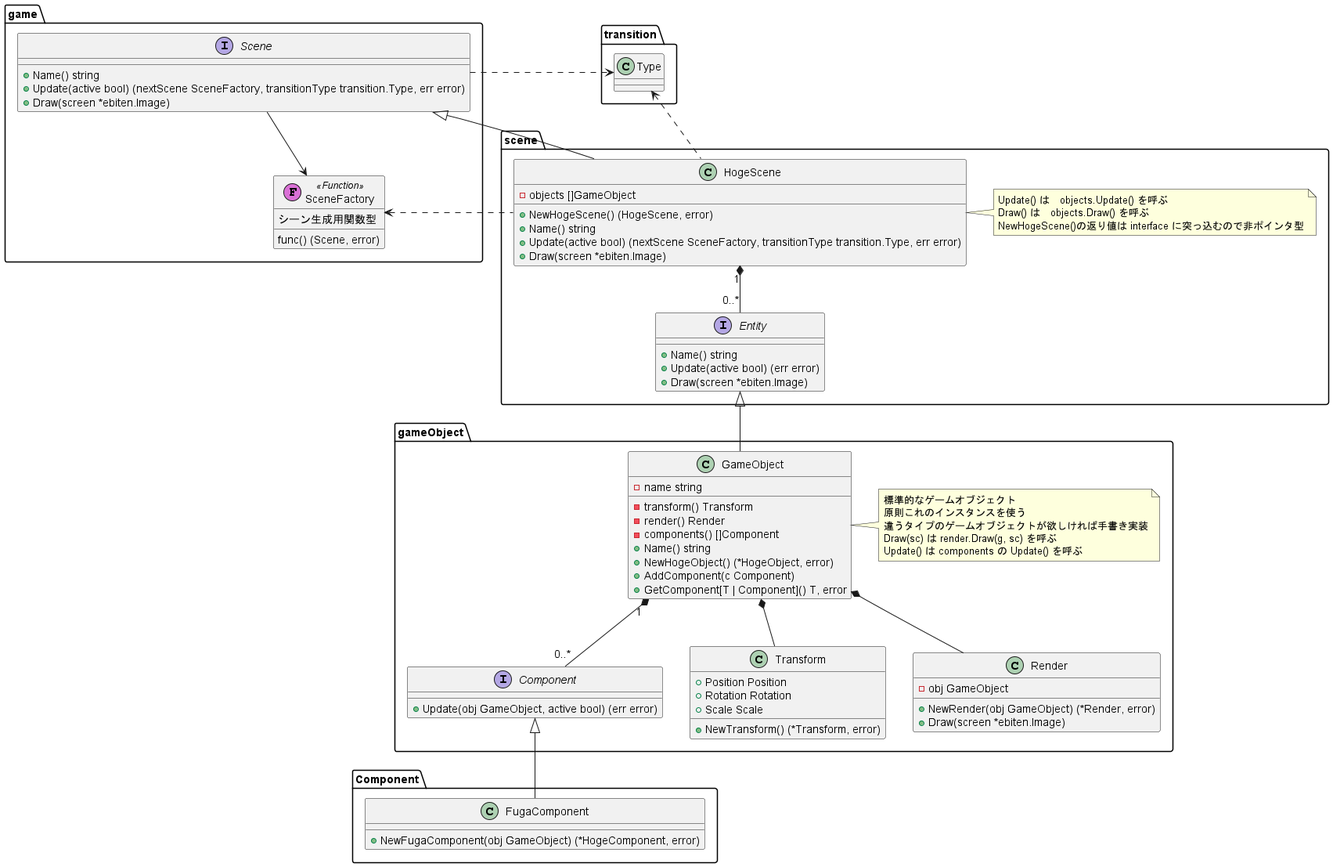
kmc-jp/Gamedev_Tempura-of-p--Phenylazo-phenol keeps this PlantUML diagram as Docs/Scene_class_diagram.png. Above is the earlier version.
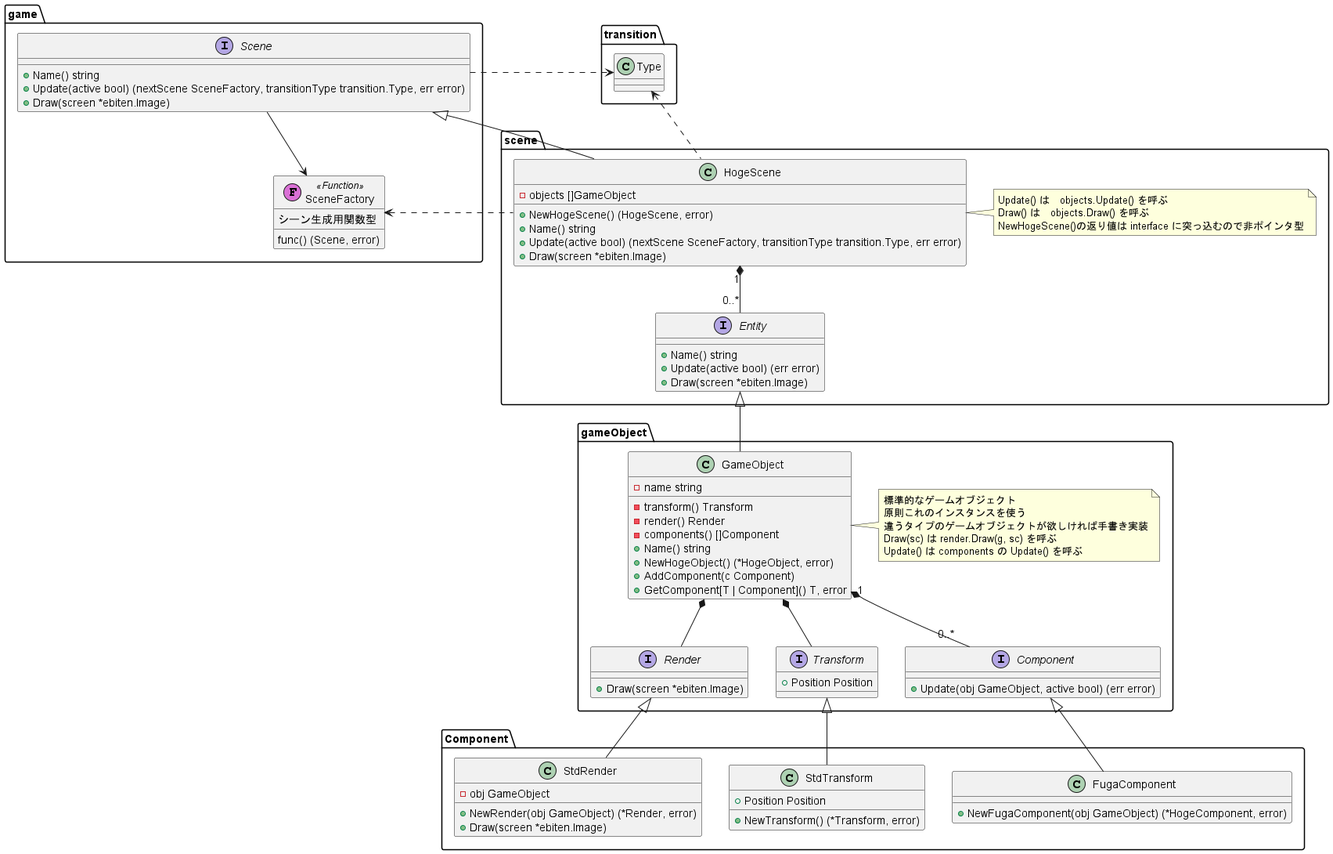
The same diagram one commit later.

Commit message:
Transform と Render の定義と実装を切り離すようにクラス図を改訂

Change to the diagram source:
```diff
@@ -63,16 +63,11 @@
 
     GameObject "1" *-- "0..*" Component
 
-    class Transform {
+    interface Transform {
         + Position Position
-        + Rotation Rotation
-        + Scale Scale
-        + NewTransform() (*Transform, error)
     }
 
-    class Render {
-        - obj GameObject
-        + NewRender(obj GameObject) (*Render, error)
+    interface Render {
         + Draw(screen *ebiten.Image)
     }
 
@@ -87,5 +82,20 @@
     }
 
     FugaComponent -up-|> gameObject.Component
+
+    class StdTransform {
+        + Position Position
+        + NewTransform() (*Transform, error)
+    }
+
+    StdTransform -up-|> gameObject.Transform
+
+    class StdRender {
+        - obj GameObject
+        + NewRender(obj GameObject) (*Render, error)
+        + Draw(screen *ebiten.Image)
+    }
+
+    StdRender -up-|> gameObject.Render
 }
 @enduml
```
